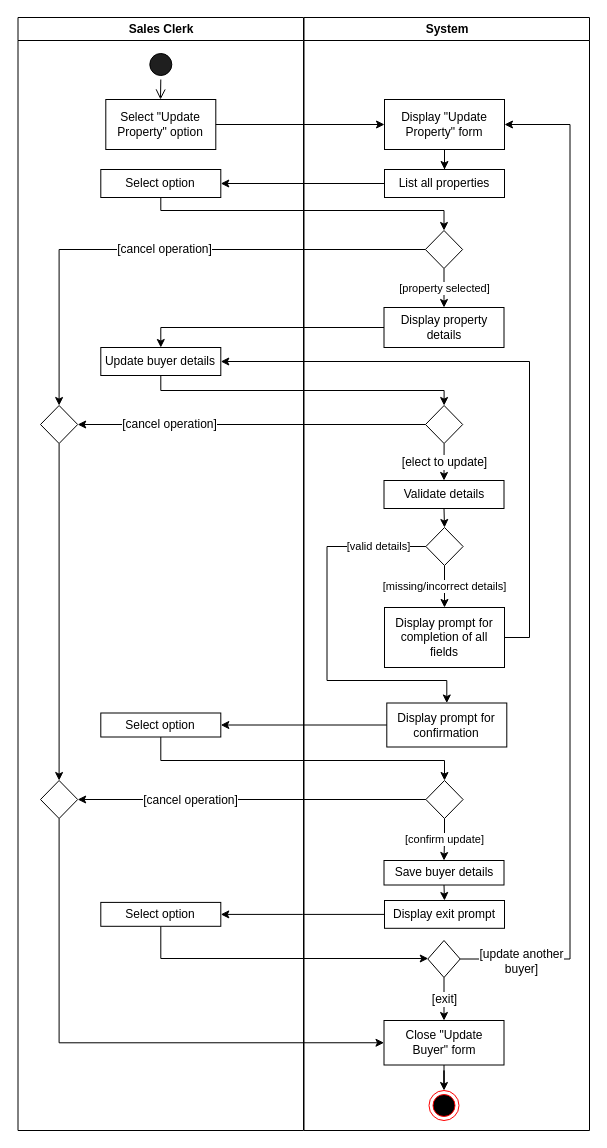
This is 18 Update Property.drawio from aliceypuff/5607_UML-diagrams, a draw.io file, before an edit. Source tidied: cells renumbered, new cells numbered last; positions are measured from the earlier drawing's top-left corner, leaving out a move shared by most shapes. Both pictures are drawn from the tidied source at 100%, with x=0, y=0 at pixel (17, 17).
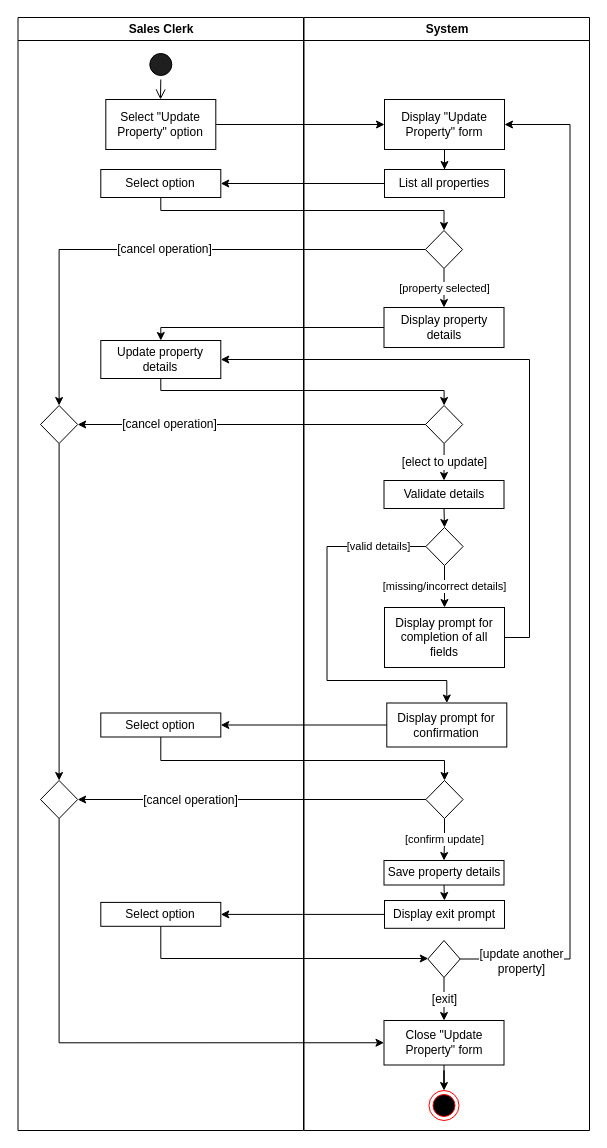
The same diagram, later.

Unchanged cells that the change refers to:
```xml
<mxCell id="2" value="Sales Clerk" style="swimlane;whiteSpace=wrap;rounded=0;" parent="1" vertex="1">
  <mxGeometry x="0.5" width="285.5" height="1113" as="geometry" />
</mxCell>
<mxCell id="12" value="System" style="swimlane;whiteSpace=wrap;rounded=0;" parent="1" vertex="1">
  <mxGeometry x="286.5" width="285.5" height="1113" as="geometry" />
</mxCell>
<mxCell id="14" value="Display &quot;Update Property&quot; form" style="whiteSpace=wrap;html=1;rounded=0;" parent="12" vertex="1">
  <mxGeometry x="80.5" y="82" width="120" height="50" as="geometry" />
</mxCell>
<mxCell id="25" value="Display prompt for completion of all fields" style="whiteSpace=wrap;html=1;rounded=0;" parent="12" vertex="1">
  <mxGeometry x="80.5" y="590" width="120" height="60" as="geometry" />
</mxCell>
<mxCell id="28" style="rhombus;whiteSpace=wrap;html=1;rounded=0;" parent="12" vertex="1">
  <mxGeometry x="123.8" y="923" width="32.4" height="37" as="geometry" />
</mxCell>
```

What changed in the source:
```diff
@@
-    <mxCell id="7" value="Update buyer details" style="whiteSpace=wrap;html=1;rounded=0;" parent="2" vertex="1">
-      <mxGeometry x="82.8" y="330" width="120" height="28" as="geometry" />
+    <mxCell id="7" value="Update property details" style="whiteSpace=wrap;html=1;rounded=0;" parent="2" vertex="1">
+      <mxGeometry x="82.8" y="323" width="120" height="38" as="geometry" />
     </mxCell>
@@
-    <mxCell id="34" value="Close &quot;Update &lt;br&gt;Buyer&quot; form" style="whiteSpace=wrap;html=1;rounded=0;" parent="12" vertex="1">
+    <mxCell id="34" value="Close &quot;Update &lt;br&gt;Property&quot; form" style="whiteSpace=wrap;html=1;rounded=0;" parent="12" vertex="1">
       <mxGeometry x="80" y="1003" width="120" height="44.5" as="geometry" />
     </mxCell>
@@
-    <mxCell id="37" value="Save buyer details" style="whiteSpace=wrap;html=1;rounded=0;" parent="12" vertex="1">
+    <mxCell id="37" value="Save property details" style="whiteSpace=wrap;html=1;rounded=0;" parent="12" vertex="1">
       <mxGeometry x="80" y="843" width="120" height="24.5" as="geometry" />
     </mxCell>
@@
-    <mxCell id="41" value="[update another &lt;br&gt;buyer]" style="edgeStyle=orthogonalEdgeStyle;rounded=0;jettySize=auto;html=1;exitX=1;exitY=0.5;exitDx=0;exitDy=0;fontFamily=Helvetica;fontSize=12;fontColor=default;entryX=1;entryY=0.5;entryDx=0;entryDy=0;" parent="12" edge="1" source="28" target="14">
+    <mxCell id="41" value="[update another &lt;br&gt;property]" style="edgeStyle=orthogonalEdgeStyle;rounded=0;jettySize=auto;html=1;exitX=1;exitY=0.5;exitDx=0;exitDy=0;fontFamily=Helvetica;fontSize=12;fontColor=default;entryX=1;entryY=0.5;entryDx=0;entryDy=0;" parent="12" edge="1" source="28" target="14">
       <mxGeometry x="-0.88" y="-1" relative="1" as="geometry">
         <Array as="points">
           <mxPoint x="266" y="942" />
           <mxPoint x="266" y="107" />
         </Array>
         <mxPoint y="1" as="offset" />
       </mxGeometry>
     </mxCell>
@@
     <mxCell id="53" style="edgeStyle=orthogonalEdgeStyle;rounded=0;jettySize=auto;html=1;exitX=1;exitY=0.5;exitDx=0;exitDy=0;fontFamily=Helvetica;fontSize=12;fontColor=default;entryX=1;entryY=0.5;entryDx=0;entryDy=0;" parent="1" edge="1" source="25" target="7">
       <mxGeometry relative="1" as="geometry">
         <Array as="points">
           <mxPoint x="512" y="620" />
-          <mxPoint x="512" y="344" />
+          <mxPoint x="512" y="342" />
         </Array>
       </mxGeometry>
     </mxCell>
```
